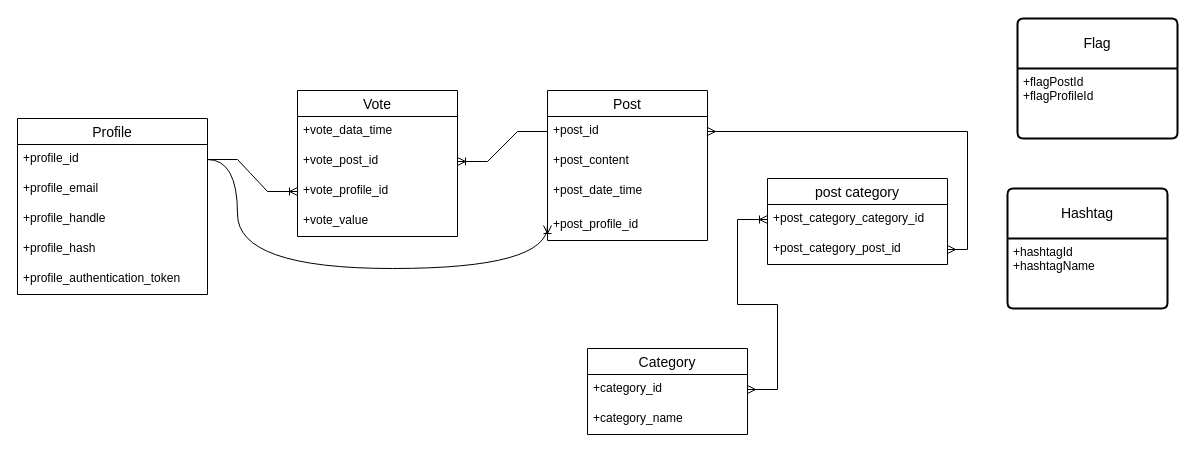
Above: Entity Relationship Diagram.drawio in dreamy-dream-team/dream-team (draw.io), before the change. Source tidied: cells renumbered, new cells numbered last; positions are measured from the earlier drawing's top-left corner, leaving out a move shared by most shapes. Both pictures are drawn from the tidied source at 100%, with x=0, y=0 at pixel (17, 18).
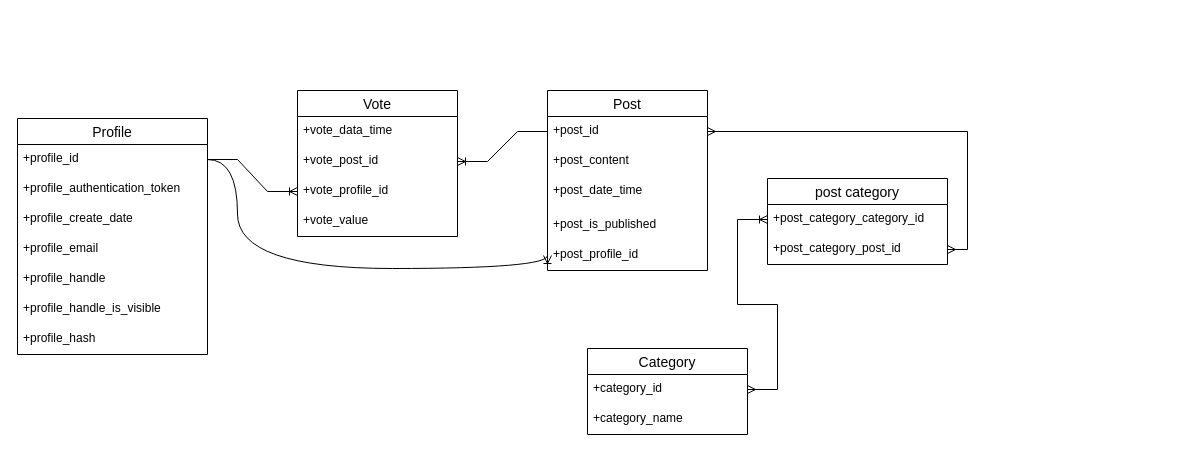
After the change.

What changed in the source:
```diff
@@
-    <mxCell id="2" value="Flag" style="swimlane;horizontal=1;startSize=50;rounded=1;fontSize=14;fontStyle=0;strokeWidth=2;shadow=0;dashed=0;align=center;arcSize=4;whiteSpace=wrap;html=1;" parent="1" vertex="1">
-      <mxGeometry x="1000" width="160" height="120" as="geometry" />
-    </mxCell>
-    <mxCell id="3" value="+flagPostId&lt;br&gt;+flagProfileId" style="align=left;strokeColor=none;fillColor=none;spacingLeft=4;fontSize=12;verticalAlign=top;html=1;" parent="2" vertex="1">
-      <mxGeometry y="50" width="160" height="70" as="geometry" />
-    </mxCell>
-    <mxCell id="4" value="Hashtag" style="swimlane;horizontal=1;startSize=50;rounded=1;fontSize=14;fontStyle=0;strokeWidth=2;shadow=0;dashed=0;align=center;arcSize=4;whiteSpace=wrap;html=1;" parent="1" vertex="1">
-      <mxGeometry x="990" y="170" width="160" height="120" as="geometry" />
-    </mxCell>
-    <mxCell id="5" value="+hashtagId&lt;br&gt;+hashtagName" style="align=left;strokeColor=none;fillColor=none;spacingLeft=4;fontSize=12;verticalAlign=top;html=1;" parent="4" vertex="1">
-      <mxGeometry y="50" width="160" height="70" as="geometry" />
-    </mxCell>
     <mxCell id="6" value="Post" style="swimlane;fontStyle=0;horizontal=1;startSize=26;align=center;fontSize=14;" parent="1" vertex="1">
-      <mxGeometry x="530" y="72" width="160" height="150" as="geometry" />
+      <mxGeometry x="530" y="72" width="160" height="180" as="geometry" />
     </mxCell>
@@
+    <mxCell id="33" value="+post_is_published" style="text;strokeColor=none;fillColor=none;spacingLeft=4;spacingRight=4;overflow=hidden;fontSize=12;whiteSpace=wrap;html=1;" parent="6" vertex="1">
+      <mxGeometry y="120" width="160" height="30" as="geometry" />
+    </mxCell>
     <mxCell id="10" value="+post_profile_id" style="text;strokeColor=none;fillColor=none;spacingLeft=4;spacingRight=4;overflow=hidden;points=[[0,0.5],[1,0.5]];portConstraint=eastwest;fontSize=12;whiteSpace=wrap;html=1;" parent="6" vertex="1">
-      <mxGeometry y="120" width="160" height="30" as="geometry" />
+      <mxGeometry y="150" width="160" height="30" as="geometry" />
     </mxCell>
     <mxCell id="11" value="Profile" style="swimlane;fontStyle=0;horizontal=1;startSize=26;align=center;fontSize=14;" parent="1" vertex="1">
-      <mxGeometry y="100" width="190" height="176" as="geometry" />
+      <mxGeometry y="100" width="190" height="236" as="geometry" />
     </mxCell>
@@
+    <mxCell id="16" value="+profile_authentication_token" style="text;strokeColor=none;fillColor=none;spacingLeft=4;spacingRight=4;overflow=hidden;fontSize=12;whiteSpace=wrap;html=1;" parent="11" vertex="1">
+      <mxGeometry y="56" width="190" height="30" as="geometry" />
+    </mxCell>
+    <mxCell id="34" value="+profile_create_date" style="text;strokeColor=none;fillColor=none;spacingLeft=4;spacingRight=4;overflow=hidden;fontSize=12;whiteSpace=wrap;html=1;" parent="11" vertex="1">
+      <mxGeometry y="86" width="190" height="30" as="geometry" />
+    </mxCell>
     <mxCell id="13" value="+profile_email" style="text;strokeColor=none;fillColor=none;spacingLeft=4;spacingRight=4;overflow=hidden;fontSize=12;whiteSpace=wrap;html=1;" parent="11" vertex="1">
-      <mxGeometry y="56" width="190" height="30" as="geometry" />
+      <mxGeometry y="116" width="190" height="30" as="geometry" />
     </mxCell>
     <mxCell id="14" value="+profile_handle" style="text;strokeColor=none;fillColor=none;spacingLeft=4;spacingRight=4;overflow=hidden;fontSize=12;whiteSpace=wrap;html=1;" parent="11" vertex="1">
-      <mxGeometry y="86" width="190" height="30" as="geometry" />
+      <mxGeometry y="146" width="190" height="30" as="geometry" />
     </mxCell>
+    <mxCell id="35" value="+profile_handle_is_visible" style="text;strokeColor=none;fillColor=none;spacingLeft=4;spacingRight=4;overflow=hidden;fontSize=12;whiteSpace=wrap;html=1;" parent="11" vertex="1">
+      <mxGeometry y="176" width="190" height="30" as="geometry" />
+    </mxCell>
     <mxCell id="15" value="+profile_hash" style="text;strokeColor=none;fillColor=none;spacingLeft=4;spacingRight=4;overflow=hidden;fontSize=12;whiteSpace=wrap;html=1;" parent="11" vertex="1">
-      <mxGeometry y="116" width="190" height="30" as="geometry" />
+      <mxGeometry y="206" width="190" height="30" as="geometry" />
     </mxCell>
-    <mxCell id="16" value="+profile_authentication_token" style="text;strokeColor=none;fillColor=none;spacingLeft=4;spacingRight=4;overflow=hidden;fontSize=12;whiteSpace=wrap;html=1;" parent="11" vertex="1">
-      <mxGeometry y="146" width="190" height="30" as="geometry" />
-    </mxCell>
```
